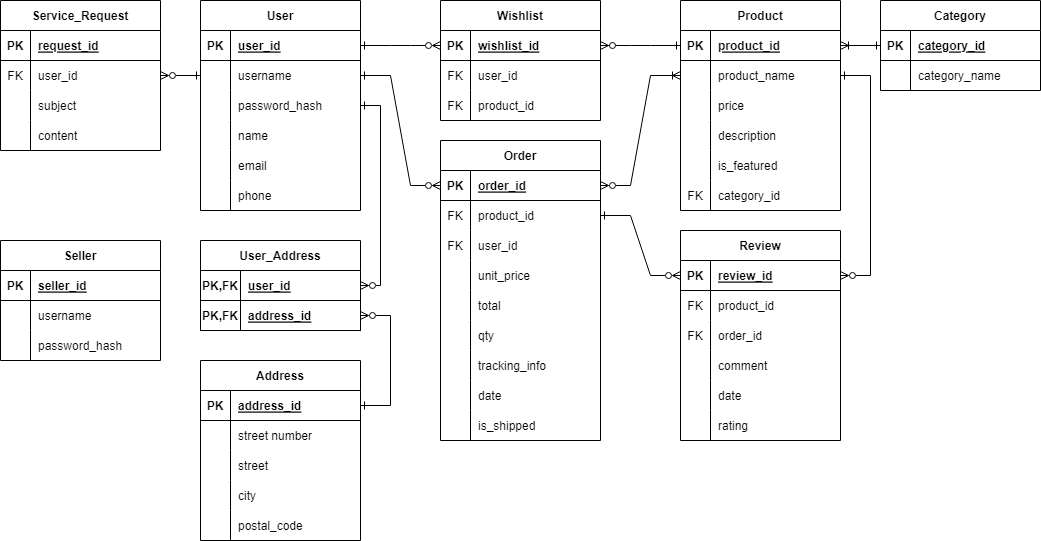
Above: Project_ERD.png in DHay10/Ecom_ProjectF22 (draw.io), before the change. Source tidied: cells renumbered, new cells last; positions are measured from the earlier drawing's top-left corner, leaving out a move shared by most shapes.
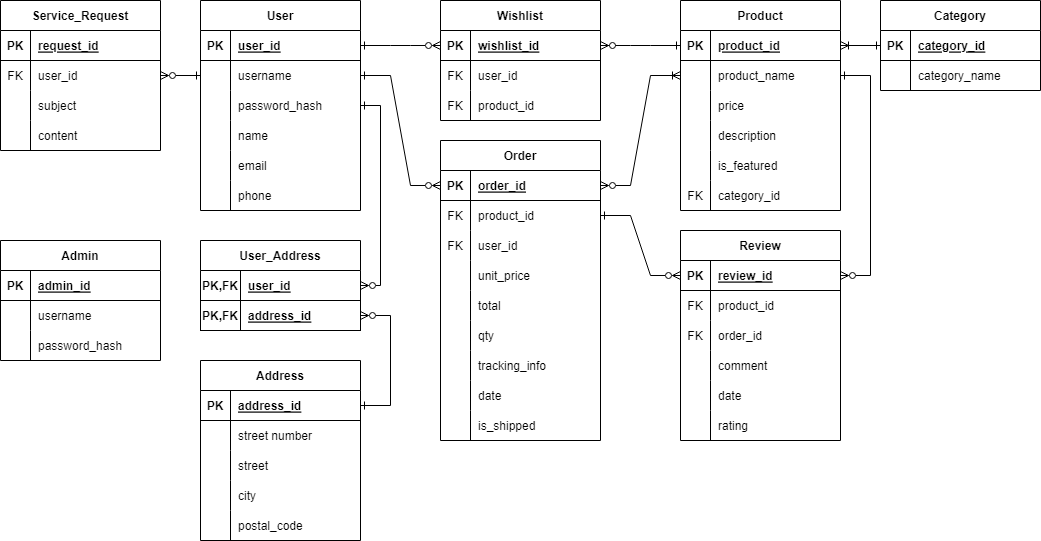
The same diagram one commit later.

The edit, as a diff of the source:
```diff
@@ -2,7 +2,7 @@
   <root>
     <mxCell id="0" />
     <mxCell id="1" parent="0" />
-    <mxCell id="2" value="Seller" style="shape=table;startSize=30;rowLines=0;fontStyle=1;align=center;" parent="1" vertex="1">
+    <mxCell id="2" value="Admin" style="shape=table;startSize=30;rowLines=0;fontStyle=1;align=center;" parent="1" vertex="1">
       <mxGeometry y="240" width="160" height="120" as="geometry" />
     </mxCell>
     <mxCell id="3" style="shape=tableRow;horizontal=0;startSize=0;swimlaneHead=0;swimlaneBody=0;fillColor=none;top=0;left=0;right=0;bottom=1;" parent="2" vertex="1">
@@ -11,7 +11,7 @@
     <mxCell id="4" value="PK" style="shape=partialRectangle;fillColor=none;top=0;left=0;bottom=0;right=0;fontStyle=1;overflow=hidden;" parent="3" vertex="1">
       <mxGeometry width="30" height="30" as="geometry" />
     </mxCell>
-    <mxCell id="5" value="seller_id" style="shape=partialRectangle;fillColor=none;top=0;left=0;bottom=0;right=0;align=left;spacingLeft=6;fontStyle=5;overflow=hidden;" parent="3" vertex="1">
+    <mxCell id="5" value="admin_id" style="shape=partialRectangle;fillColor=none;top=0;left=0;bottom=0;right=0;align=left;spacingLeft=6;fontStyle=5;overflow=hidden;" parent="3" vertex="1">
       <mxGeometry x="30" width="130" height="30" as="geometry" />
     </mxCell>
     <mxCell id="6" style="shape=tableRow;horizontal=0;startSize=0;swimlaneHead=0;swimlaneBody=0;fillColor=none;top=0;left=0;right=0;bottom=0;" parent="2" vertex="1">
```
